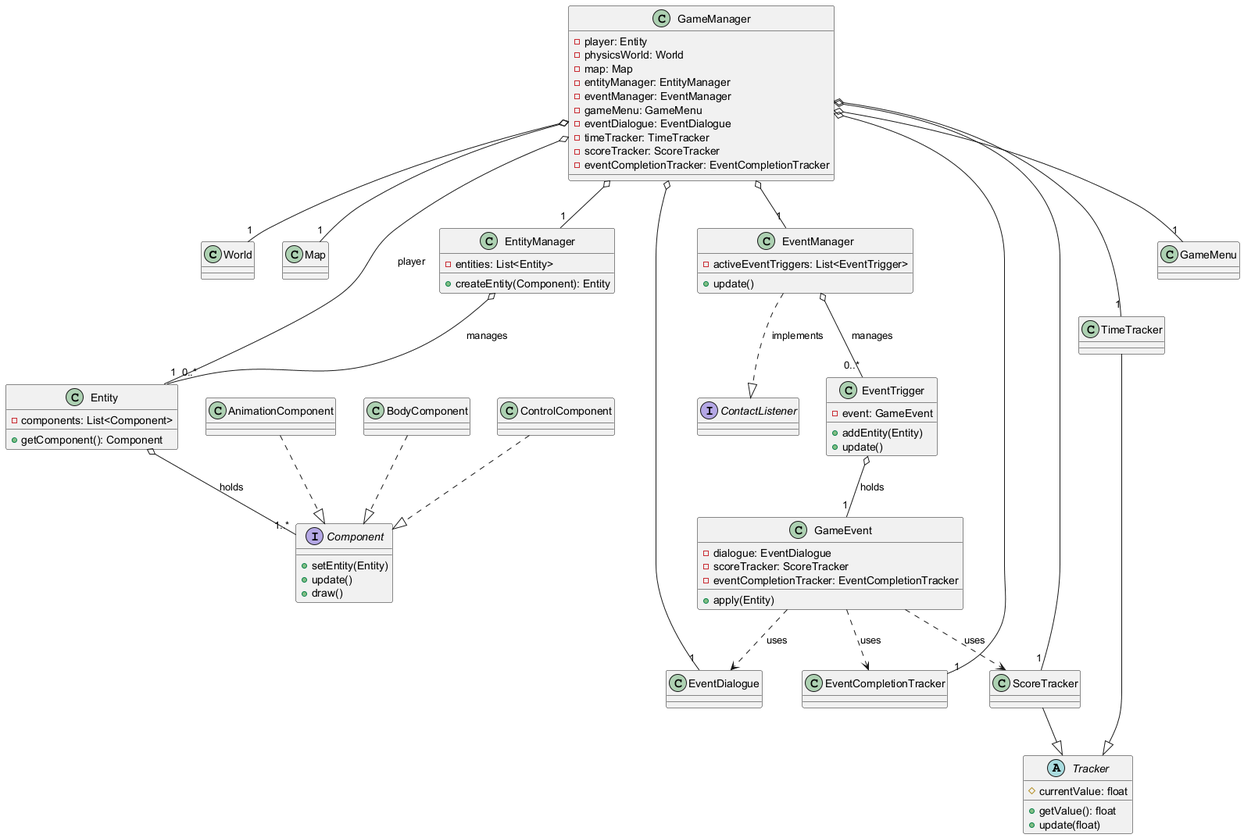
Above: arch/img/classDiagram-v3.png in ENG-Group-9/ENG-Group-9.github.io (PlantUML), before the change. Source of this version:
```plantuml
@startuml

class "World"
interface "ContactListener"

interface Component {
  + setEntity(Entity)
  + update()
  + draw()
}
class "AnimationComponent"
class "BodyComponent"
class "ControlComponent"

AnimationComponent ..|> Component
BodyComponent ..|> Component
ControlComponent ..|> Component

class "GameManager" {
  - player: Entity
  - physicsWorld: World
  - map: Map
  - entityManager: EntityManager
  - eventManager: EventManager
  - gameMenu: GameMenu
  - eventDialogue: EventDialogue
  - timeTracker: TimeTracker
  - scoreTracker: ScoreTracker
  - eventCompletionTracker: EventCompletionTracker
}

GameManager o-- "1" World
GameManager o-- "1" Map
GameManager o-- "1" EntityManager
GameManager o-- "1" EventManager
GameManager o-- "1" GameMenu
GameManager o-- "1" EventDialogue
GameManager o-- "1" TimeTracker
GameManager o-- "1" ScoreTracker
GameManager o-- "1" EventCompletionTracker
GameManager o-- "1" Entity : "player"


class "EntityManager" {
  - entities: List<Entity>
  + createEntity(Component): Entity
}
class "Entity" {
  - components: List<Component>
  + getComponent(): Component
}

EntityManager o-- "0..*" Entity : "manages"
Entity o-- "1..*" Component : "holds"


abstract class "Tracker" {
  # currentValue: float
  + getValue(): float
  + update(float)
}
class "TimeTracker"
class "ScoreTracker"

TimeTracker --|> Tracker
ScoreTracker --|> Tracker

class "EventCompletionTracker"


class "EventManager" {
  - activeEventTriggers: List<EventTrigger>
  + update()
}
class "EventTrigger" {
  - event: GameEvent
  + addEntity(Entity)
  + update()
}
class "GameEvent" {
  - dialogue: EventDialogue
  - scoreTracker: ScoreTracker
  - eventCompletionTracker: EventCompletionTracker
  + apply(Entity)
}
class "EventDialogue"
class "GameMenu"
class "Map"

EventManager ..|> ContactListener : "implements"
EventManager o-- "0..*" EventTrigger : "manages"
EventTrigger o-- "1" GameEvent : "holds"

GameEvent ..> EventDialogue : "uses"
GameEvent ..> ScoreTracker : "uses"
GameEvent ..> EventCompletionTracker : "uses"

@enduml
```
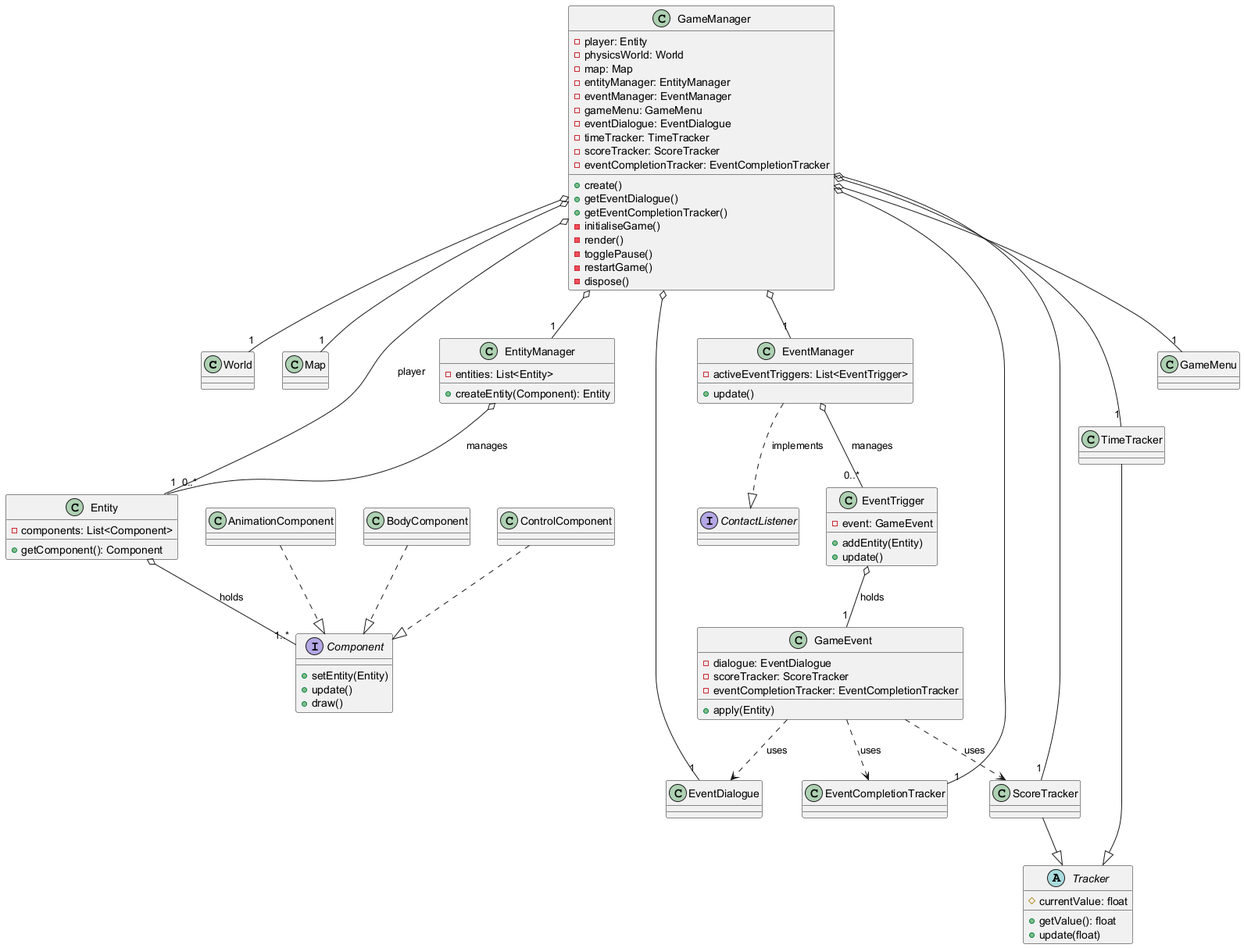
Above is the later version.

Commit message:
Added GameManager methods

Change to the diagram source:
```diff
@@ -27,6 +27,15 @@
   - timeTracker: TimeTracker
   - scoreTracker: ScoreTracker
   - eventCompletionTracker: EventCompletionTracker
+  + create()
+  + getEventDialogue()
+  + getEventCompletionTracker()
+  - initialiseGame()
+  - render()
+  - togglePause()
+  - restartGame()
+  - dispose()
+
 }
 
 GameManager o-- "1" World
```
